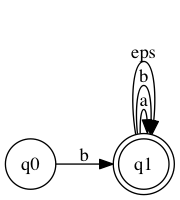
The Graphviz diagram spec.dot.png in sdierauf/automata-and-languages-lab2, before a commit. Its source is kept beside it as spec.dot.
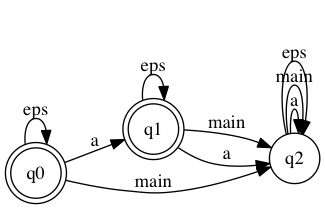
The same diagram one commit later.

Change to the diagram source:
```diff
@@ -1,9 +1,14 @@
 digraph finite_state_machine {
 	rankdir=LR;
-	node [shape = doublecircle]; q1
+	node [shape = doublecircle]; q0; q1
 	 node [shape = circle];
-	q0 -> q1 [ label = "b"];
-	q1 -> q1 [ label = "a"];
-	q1 -> q1 [ label = "b"];
+	q0 -> q0 [ label = "eps"];
+	q0 -> q1 [ label = "a"];
+	q0 -> q2 [ label = "main"];
+	q1 -> q2 [ label = "main"];
+	q1 -> q2 [ label = "a"];
+	q2 -> q2 [ label = "a"];
+	q2 -> q2 [ label = "main"];
+	q2 -> q2 [ label = "eps"];
 	q1 -> q1 [ label = "eps"];
 }
```
